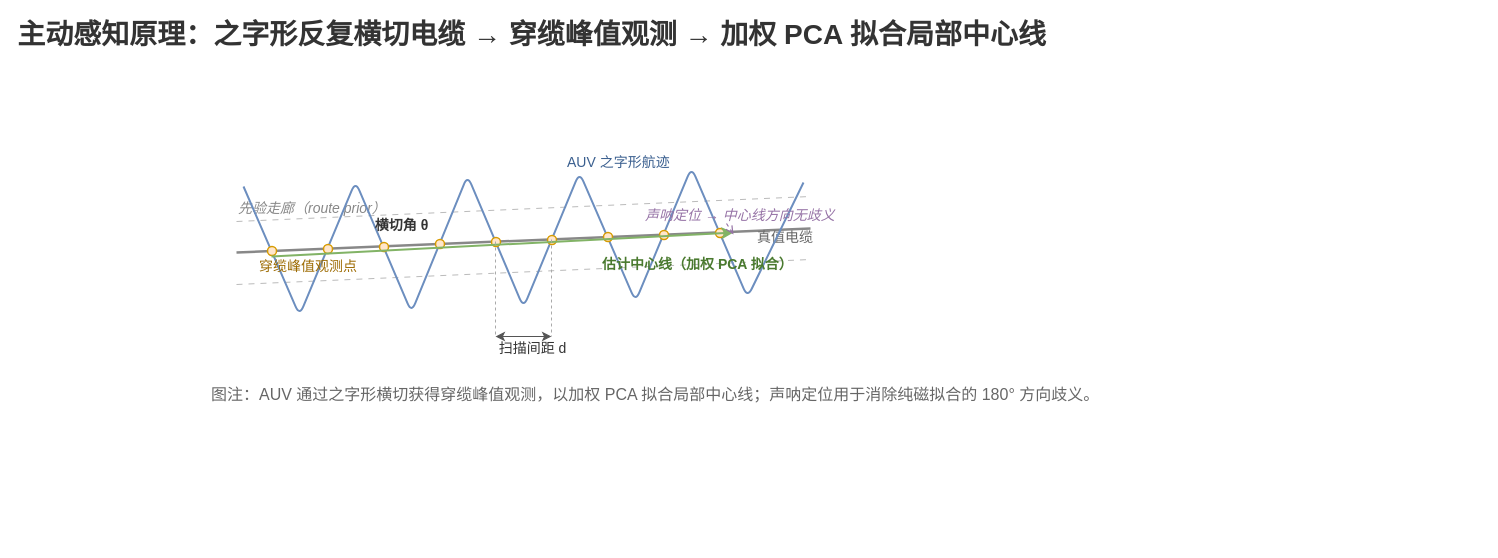
Earlier version of the draw.io diagram docs/figure/fig_zigzag_probe.drawio (360ZMEM/AUV-Master-Mag). Source tidied: cells renumbered, new cells numbered last; positions are measured from the earlier drawing's top-left corner, leaving out a move shared by most shapes. Both pictures are drawn from the tidied source at 100%, with x=0, y=0 at pixel (201, 21).
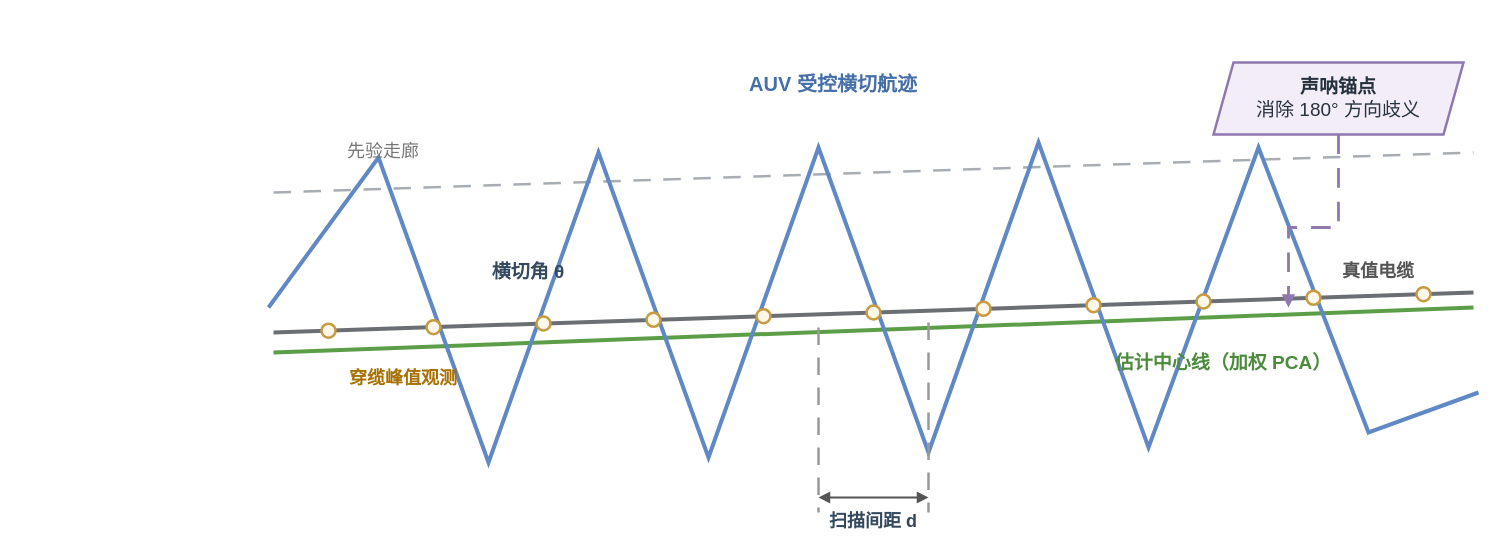
The same page after the edit.

What changed in the source:
```diff
@@
-    <mxCell id="2" value="主动感知原理：之字形反复横切电缆 → 穿缆峰值观测 → 加权 PCA 拟合局部中心线" style="text;html=1;align=center;verticalAlign=middle;fontSize=28;fontStyle=1;fontColor=#333333;" parent="1" vertex="1">
-      <mxGeometry width="660" height="26" as="geometry" />
-    </mxCell>
-    <mxCell id="3" value="先验走廊（route prior）" style="text;html=1;align=left;verticalAlign=middle;fontSize=14;fontStyle=2;fontColor=#888888;" parent="1" vertex="1">
-      <mxGeometry x="35" y="179" width="180" height="16" as="geometry" />
-    </mxCell>
-    <mxCell id="4" style="endArrow=none;html=1;strokeColor=#bbbbbb;strokeWidth=1;dashed=1;dashPattern=6 6;" parent="1" edge="1">
-      <mxGeometry relative="1" as="geometry">
-        <mxPoint x="35" y="200" as="sourcePoint" />
-        <mxPoint x="609" y="175" as="targetPoint" />
-      </mxGeometry>
-    </mxCell>
-    <mxCell id="5" style="endArrow=none;html=1;strokeColor=#bbbbbb;strokeWidth=1;dashed=1;dashPattern=6 6;" parent="1" edge="1">
-      <mxGeometry relative="1" as="geometry">
-        <mxPoint x="35" y="263" as="sourcePoint" />
-        <mxPoint x="609" y="238" as="targetPoint" />
-      </mxGeometry>
-    </mxCell>
-    <mxCell id="6" style="endArrow=none;html=1;strokeColor=#888888;strokeWidth=2.5;" parent="1" edge="1">
-      <mxGeometry relative="1" as="geometry">
-        <mxPoint x="35" y="231" as="sourcePoint" />
-        <mxPoint x="609" y="207" as="targetPoint" />
-      </mxGeometry>
-    </mxCell>
+    <mxCell id="30" style="edgeStyle=none;rounded=0;html=1;strokeColor=#A7ADB3;strokeWidth=2.5;startArrow=none;startFill=1;endArrow=none;endFill=1;dashed=1;dashPattern=7 5;" parent="1" edge="1">
+      <mxGeometry relative="1" as="geometry">
+        <mxPoint x="72" y="171" as="sourcePoint" />
+        <mxPoint x="1272" y="131" as="targetPoint" />
+      </mxGeometry>
+    </mxCell>
+    <mxCell id="31" style="edgeStyle=none;rounded=0;html=1;strokeColor=#6B6F73;strokeWidth=4.0;startArrow=none;startFill=1;endArrow=none;endFill=1;" parent="1" edge="1">
+      <mxGeometry relative="1" as="geometry">
+        <mxPoint x="72" y="311" as="sourcePoint" />
+        <mxPoint x="1272" y="271" as="targetPoint" />
+      </mxGeometry>
+    </mxCell>
+    <mxCell id="32" style="edgeStyle=none;rounded=0;html=1;strokeColor=#5C9E48;strokeWidth=4.0;startArrow=none;startFill=1;endArrow=none;endFill=1;" parent="1" edge="1">
+      <mxGeometry relative="1" as="geometry">
+        <mxPoint x="72" y="331" as="sourcePoint" />
+        <mxPoint x="1272" y="286" as="targetPoint" />
+      </mxGeometry>
+    </mxCell>
+    <mxCell id="33" style="edgeStyle=none;rounded=0;html=1;strokeColor=#5F88C5;strokeWidth=4.0;startArrow=none;startFill=1;endArrow=none;endFill=1;" parent="1" edge="1">
+      <mxGeometry relative="1" as="geometry">
+        <mxPoint x="67" y="286" as="sourcePoint" />
+        <mxPoint x="1277" y="371" as="targetPoint" />
+        <Array as="points">
+          <mxPoint x="177" y="136" />
+          <mxPoint x="287" y="441" />
+          <mxPoint x="397" y="131" />
+          <mxPoint x="507" y="436" />
+          <mxPoint x="617" y="126" />
+          <mxPoint x="727" y="431" />
+          <mxPoint x="837" y="121" />
+          <mxPoint x="947" y="426" />
+          <mxPoint x="1057" y="126" />
+          <mxPoint x="1167" y="411" />
+        </Array>
+      </mxGeometry>
+    </mxCell>
+    <mxCell id="34" style="ellipse;html=1;fillColor=#FFF7E8;strokeColor=#C69B42;strokeWidth=2.5;" parent="1" vertex="1">
+      <mxGeometry x="120" y="302.2" width="14" height="14" as="geometry" />
+    </mxCell>
+    <mxCell id="35" style="ellipse;html=1;fillColor=#FFF7E8;strokeColor=#C69B42;strokeWidth=2.5;" parent="1" vertex="1">
+      <mxGeometry x="225" y="298.7" width="14" height="14" as="geometry" />
+    </mxCell>
+    <mxCell id="36" style="ellipse;html=1;fillColor=#FFF7E8;strokeColor=#C69B42;strokeWidth=2.5;" parent="1" vertex="1">
+      <mxGeometry x="335" y="295" width="14" height="14" as="geometry" />
+    </mxCell>
+    <mxCell id="37" style="ellipse;html=1;fillColor=#FFF7E8;strokeColor=#C69B42;strokeWidth=2.5;" parent="1" vertex="1">
+      <mxGeometry x="445" y="291.3" width="14" height="14" as="geometry" />
+    </mxCell>
+    <mxCell id="38" style="ellipse;html=1;fillColor=#FFF7E8;strokeColor=#C69B42;strokeWidth=2.5;" parent="1" vertex="1">
+      <mxGeometry x="555" y="287.7" width="14" height="14" as="geometry" />
+    </mxCell>
+    <mxCell id="39" style="ellipse;html=1;fillColor=#FFF7E8;strokeColor=#C69B42;strokeWidth=2.5;" parent="1" vertex="1">
+      <mxGeometry x="665" y="284" width="14" height="14" as="geometry" />
+    </mxCell>
+    <mxCell id="40" style="ellipse;html=1;fillColor=#FFF7E8;strokeColor=#C69B42;strokeWidth=2.5;" parent="1" vertex="1">
+      <mxGeometry x="775" y="280.3" width="14" height="14" as="geometry" />
+    </mxCell>
+    <mxCell id="41" style="ellipse;html=1;fillColor=#FFF7E8;strokeColor=#C69B42;strokeWidth=2.5;" parent="1" vertex="1">
+      <mxGeometry x="885" y="276.7" width="14" height="14" as="geometry" />
+    </mxCell>
+    <mxCell id="42" style="ellipse;html=1;fillColor=#FFF7E8;strokeColor=#C69B42;strokeWidth=2.5;" parent="1" vertex="1">
+      <mxGeometry x="995" y="273" width="14" height="14" as="geometry" />
+    </mxCell>
+    <mxCell id="43" style="ellipse;html=1;fillColor=#FFF7E8;strokeColor=#C69B42;strokeWidth=2.5;" parent="1" vertex="1">
+      <mxGeometry x="1105" y="269.3" width="14" height="14" as="geometry" />
+    </mxCell>
+    <mxCell id="44" style="ellipse;html=1;fillColor=#FFF7E8;strokeColor=#C69B42;strokeWidth=2.5;" parent="1" vertex="1">
+      <mxGeometry x="1215" y="265.7" width="14" height="14" as="geometry" />
+    </mxCell>
+    <mxCell id="45" value="&lt;b&gt;声呐锚点&lt;/b&gt;&lt;br&gt;消除 180° 方向歧义" style="shape=parallelogram;perimeter=parallelogramPerimeter;fixedSize=1;whiteSpace=wrap;html=1;align=center;verticalAlign=middle;fillColor=#F2EDF7;strokeColor=#8F78AF;strokeWidth=2.5;spacing=8;fontFamily=Songti SC;fontSize=19;fontColor=#26323D;" parent="1" vertex="1">
+      <mxGeometry x="1012" y="41" width="250" height="72" as="geometry" />
+    </mxCell>
+    <mxCell id="46" style="edgeStyle=none;rounded=0;html=1;strokeColor=#8F78AF;strokeWidth=2.8;startArrow=none;startFill=1;endArrow=block;endFill=1;dashed=1;dashPattern=7 5;" parent="1" edge="1">
+      <mxGeometry relative="1" as="geometry">
+        <mxPoint x="1137" y="113" as="sourcePoint" />
+        <mxPoint x="1087" y="286" as="targetPoint" />
+        <Array as="points">
+          <mxPoint x="1137" y="206" />
+          <mxPoint x="1087" y="206" />
+        </Array>
+      </mxGeometry>
+    </mxCell>
+    <mxCell id="47" value="AUV 受控横切航迹" style="text;html=1;strokeColor=none;fillColor=none;align=center;verticalAlign=middle;whiteSpace=wrap;fontFamily=Songti SC;fontSize=20;fontColor=#456FA8;fontStyle=1;" parent="1" vertex="1">
+      <mxGeometry x="452" y="41" width="360" height="42" as="geometry" />
+    </mxCell>
+    <mxCell id="48" value="先验走廊" style="text;html=1;strokeColor=none;fillColor=none;align=center;verticalAlign=middle;whiteSpace=wrap;fontFamily=Songti SC;fontSize=18;fontColor=#777777;" parent="1" vertex="1">
+      <mxGeometry x="87" y="111" width="190" height="38" as="geometry" />
+    </mxCell>
-    <mxCell id="7" value="真值电缆" style="text;html=1;align=left;verticalAlign=middle;fontSize=14;fontStyle=0;fontColor=#666666;" parent="1" vertex="1">
-      <mxGeometry x="554" y="208" width="80" height="16" as="geometry" />
+    <mxCell id="7" value="真值电缆" style="text;html=1;strokeColor=none;fillColor=none;align=center;verticalAlign=middle;whiteSpace=wrap;fontFamily=Songti SC;fontSize=18;fontColor=#555555;fontStyle=1;" parent="1" vertex="1">
+      <mxGeometry x="1092" y="231" width="170" height="38" as="geometry" />
     </mxCell>
-    <mxCell id="8" style="endArrow=none;html=1;strokeColor=#6c8ebf;strokeWidth=2;" parent="1" edge="1">
-      <mxGeometry relative="1" as="geometry">
-        <mxPoint x="42" y="165" as="sourcePoint" />
-        <mxPoint x="602" y="161" as="targetPoint" />
-        <Array as="points">
-          <mxPoint x="98" y="294" />
-          <mxPoint x="154" y="160" />
-          <mxPoint x="210" y="291" />
-          <mxPoint x="266" y="154" />
-          <mxPoint x="322" y="286" />
-          <mxPoint x="378" y="151" />
-          <mxPoint x="434" y="280" />
-          <mxPoint x="490" y="146" />
-          <mxPoint x="546" y="276" />
-        </Array>
-      </mxGeometry>
-    </mxCell>
-    <mxCell id="9" value="AUV 之字形航迹" style="text;html=1;align=left;verticalAlign=middle;fontSize=14;fontStyle=0;fontColor=#3a5f8f;" parent="1" vertex="1">
-      <mxGeometry x="364" y="133" width="140" height="16" as="geometry" />
-    </mxCell>
-    <mxCell id="10" style="ellipse;whiteSpace=wrap;html=1;fillColor=#ffe6cc;strokeColor=#d79b00;strokeWidth=1.5;" parent="1" vertex="1">
-      <mxGeometry x="66" y="225" width="9" height="9" as="geometry" />
-    </mxCell>
-    <mxCell id="11" style="ellipse;whiteSpace=wrap;html=1;fillColor=#ffe6cc;strokeColor=#d79b00;strokeWidth=1.5;" parent="1" vertex="1">
-      <mxGeometry x="122" y="223" width="9" height="9" as="geometry" />
-    </mxCell>
-    <mxCell id="12" style="ellipse;whiteSpace=wrap;html=1;fillColor=#ffe6cc;strokeColor=#d79b00;strokeWidth=1.5;" parent="1" vertex="1">
-      <mxGeometry x="178" y="221" width="9" height="9" as="geometry" />
-    </mxCell>
-    <mxCell id="13" style="ellipse;whiteSpace=wrap;html=1;fillColor=#ffe6cc;strokeColor=#d79b00;strokeWidth=1.5;" parent="1" vertex="1">
-      <mxGeometry x="234" y="218" width="9" height="9" as="geometry" />
-    </mxCell>
-    <mxCell id="14" style="ellipse;whiteSpace=wrap;html=1;fillColor=#ffe6cc;strokeColor=#d79b00;strokeWidth=1.5;" parent="1" vertex="1">
-      <mxGeometry x="290" y="216" width="9" height="9" as="geometry" />
-    </mxCell>
-    <mxCell id="15" style="ellipse;whiteSpace=wrap;html=1;fillColor=#ffe6cc;strokeColor=#d79b00;strokeWidth=1.5;" parent="1" vertex="1">
-      <mxGeometry x="346" y="214" width="9" height="9" as="geometry" />
-    </mxCell>
-    <mxCell id="16" style="ellipse;whiteSpace=wrap;html=1;fillColor=#ffe6cc;strokeColor=#d79b00;strokeWidth=1.5;" parent="1" vertex="1">
-      <mxGeometry x="402" y="211" width="9" height="9" as="geometry" />
-    </mxCell>
-    <mxCell id="17" style="ellipse;whiteSpace=wrap;html=1;fillColor=#ffe6cc;strokeColor=#d79b00;strokeWidth=1.5;" parent="1" vertex="1">
-      <mxGeometry x="458" y="209" width="9" height="9" as="geometry" />
-    </mxCell>
-    <mxCell id="18" style="ellipse;whiteSpace=wrap;html=1;fillColor=#ffe6cc;strokeColor=#d79b00;strokeWidth=1.5;" parent="1" vertex="1">
-      <mxGeometry x="514" y="207" width="9" height="9" as="geometry" />
-    </mxCell>
-    <mxCell id="19" value="穿缆峰值观测点" style="text;html=1;align=left;verticalAlign=middle;fontSize=14;fontStyle=0;fontColor=#9c6a00;" parent="1" vertex="1">
-      <mxGeometry x="56" y="237" width="130" height="16" as="geometry" />
-    </mxCell>
-    <mxCell id="20" style="endArrow=classic;html=1;strokeColor=#82b366;strokeWidth=2;" parent="1" edge="1">
-      <mxGeometry relative="1" as="geometry">
-        <mxPoint x="70" y="235" as="sourcePoint" />
-        <mxPoint x="532" y="211" as="targetPoint" />
-      </mxGeometry>
-    </mxCell>
-    <mxCell id="21" value="估计中心线（加权 PCA 拟合）" style="text;html=1;align=left;verticalAlign=middle;fontSize=14;fontStyle=1;fontColor=#4a7a2f;" parent="1" vertex="1">
-      <mxGeometry x="399" y="235" width="210" height="16" as="geometry" />
-    </mxCell>
+    <mxCell id="49" value="估计中心线（加权 PCA）" style="text;html=1;strokeColor=none;fillColor=none;align=center;verticalAlign=middle;whiteSpace=wrap;fontFamily=Songti SC;fontSize=19;fontColor=#4D8B3C;fontStyle=1;" parent="1" vertex="1">
+      <mxGeometry x="842" y="321" width="360" height="42" as="geometry" />
+    </mxCell>
+    <mxCell id="50" value="穿缆峰值观测" style="text;html=1;strokeColor=none;fillColor=none;align=center;verticalAlign=middle;whiteSpace=wrap;fontFamily=Songti SC;fontSize=18;fontColor=#A87000;fontStyle=1;" parent="1" vertex="1">
+      <mxGeometry x="82" y="336" width="240" height="42" as="geometry" />
+    </mxCell>
-    <mxCell id="22" value="横切角 θ" style="text;html=1;align=center;verticalAlign=middle;fontSize=14;fontStyle=1;fontColor=#333333;" parent="1" vertex="1">
-      <mxGeometry x="155" y="196" width="90" height="16" as="geometry" />
+    <mxCell id="22" value="横切角 θ" style="text;html=1;strokeColor=none;fillColor=none;align=center;verticalAlign=middle;whiteSpace=wrap;fontFamily=Songti SC;fontSize=19;fontColor=#34495E;fontStyle=1;" parent="1" vertex="1">
+      <mxGeometry x="237" y="231" width="180" height="40" as="geometry" />
     </mxCell>
-    <mxCell id="23" style="endArrow=classic;startArrow=classic;html=1;strokeColor=#555555;strokeWidth=1.2;" parent="1" edge="1">
-      <mxGeometry relative="1" as="geometry">
-        <mxPoint x="294" y="315" as="sourcePoint" />
-        <mxPoint x="350" y="315" as="targetPoint" />
-      </mxGeometry>
-    </mxCell>
-    <mxCell id="24" style="endArrow=none;html=1;strokeColor=#aaaaaa;strokeWidth=1;dashed=1;" parent="1" edge="1">
-      <mxGeometry relative="1" as="geometry">
-        <mxPoint x="294" y="220" as="sourcePoint" />
-        <mxPoint x="294" y="315" as="targetPoint" />
-      </mxGeometry>
-    </mxCell>
-    <mxCell id="25" style="endArrow=none;html=1;strokeColor=#aaaaaa;strokeWidth=1;dashed=1;" parent="1" edge="1">
-      <mxGeometry relative="1" as="geometry">
-        <mxPoint x="350" y="218" as="sourcePoint" />
-        <mxPoint x="350" y="315" as="targetPoint" />
-      </mxGeometry>
-    </mxCell>
+    <mxCell id="51" style="edgeStyle=none;rounded=0;html=1;strokeColor=#999999;strokeWidth=2.5;startArrow=none;startFill=1;endArrow=none;endFill=1;dashed=1;dashPattern=7 5;" parent="1" edge="1">
+      <mxGeometry relative="1" as="geometry">
+        <mxPoint x="617" y="306" as="sourcePoint" />
+        <mxPoint x="617" y="491" as="targetPoint" />
+      </mxGeometry>
+    </mxCell>
+    <mxCell id="52" style="edgeStyle=none;rounded=0;html=1;strokeColor=#999999;strokeWidth=2.5;startArrow=none;startFill=1;endArrow=none;endFill=1;dashed=1;dashPattern=7 5;" parent="1" edge="1">
+      <mxGeometry relative="1" as="geometry">
+        <mxPoint x="727" y="301" as="sourcePoint" />
+        <mxPoint x="727" y="491" as="targetPoint" />
+      </mxGeometry>
+    </mxCell>
+    <mxCell id="53" style="edgeStyle=none;rounded=0;html=1;strokeColor=#555555;strokeWidth=2.2;startArrow=block;startFill=1;endArrow=block;endFill=1;" parent="1" edge="1">
+      <mxGeometry relative="1" as="geometry">
+        <mxPoint x="617" y="476" as="sourcePoint" />
+        <mxPoint x="727" y="476" as="targetPoint" />
+      </mxGeometry>
+    </mxCell>
-    <mxCell id="26" value="扫描间距 d" style="text;html=1;align=center;verticalAlign=middle;fontSize=14;fontStyle=0;fontColor=#333333;" parent="1" vertex="1">
-      <mxGeometry x="276" y="319" width="110" height="16" as="geometry" />
+    <mxCell id="26" value="扫描间距 d" style="text;html=1;strokeColor=none;fillColor=none;align=center;verticalAlign=middle;whiteSpace=wrap;fontFamily=Songti SC;fontSize=18;fontColor=#34495E;fontStyle=1;" parent="1" vertex="1">
+      <mxGeometry x="592" y="481" width="160" height="38" as="geometry" />
     </mxCell>
-    <mxCell id="27" value="声呐定位 → 中心线方向无歧义" style="text;html=1;align=left;verticalAlign=middle;fontSize=14;fontStyle=2;fontColor=#9673a6;" parent="1" vertex="1">
-      <mxGeometry x="442" y="186" width="230" height="16" as="geometry" />
-    </mxCell>
-    <mxCell id="28" style="endArrow=open;html=1;strokeColor=#9673a6;strokeWidth=1.2;dashed=1;" parent="1" edge="1">
-      <mxGeometry relative="1" as="geometry">
-        <mxPoint x="525" y="202" as="sourcePoint" />
-        <mxPoint x="532" y="213" as="targetPoint" />
-      </mxGeometry>
-    </mxCell>
-    <mxCell id="29" value="图注：AUV 通过之字形横切获得穿缆峰值观测，以加权 PCA 拟合局部中心线；声呐定位用于消除纯磁拟合的 180° 方向歧义。" style="text;html=1;align=left;verticalAlign=middle;fontSize=16;fontStyle=0;fontColor=#666666;spacingLeft=8;" parent="1" vertex="1">
-      <mxGeometry y="343" width="660" height="60" as="geometry" />
-    </mxCell>
```
